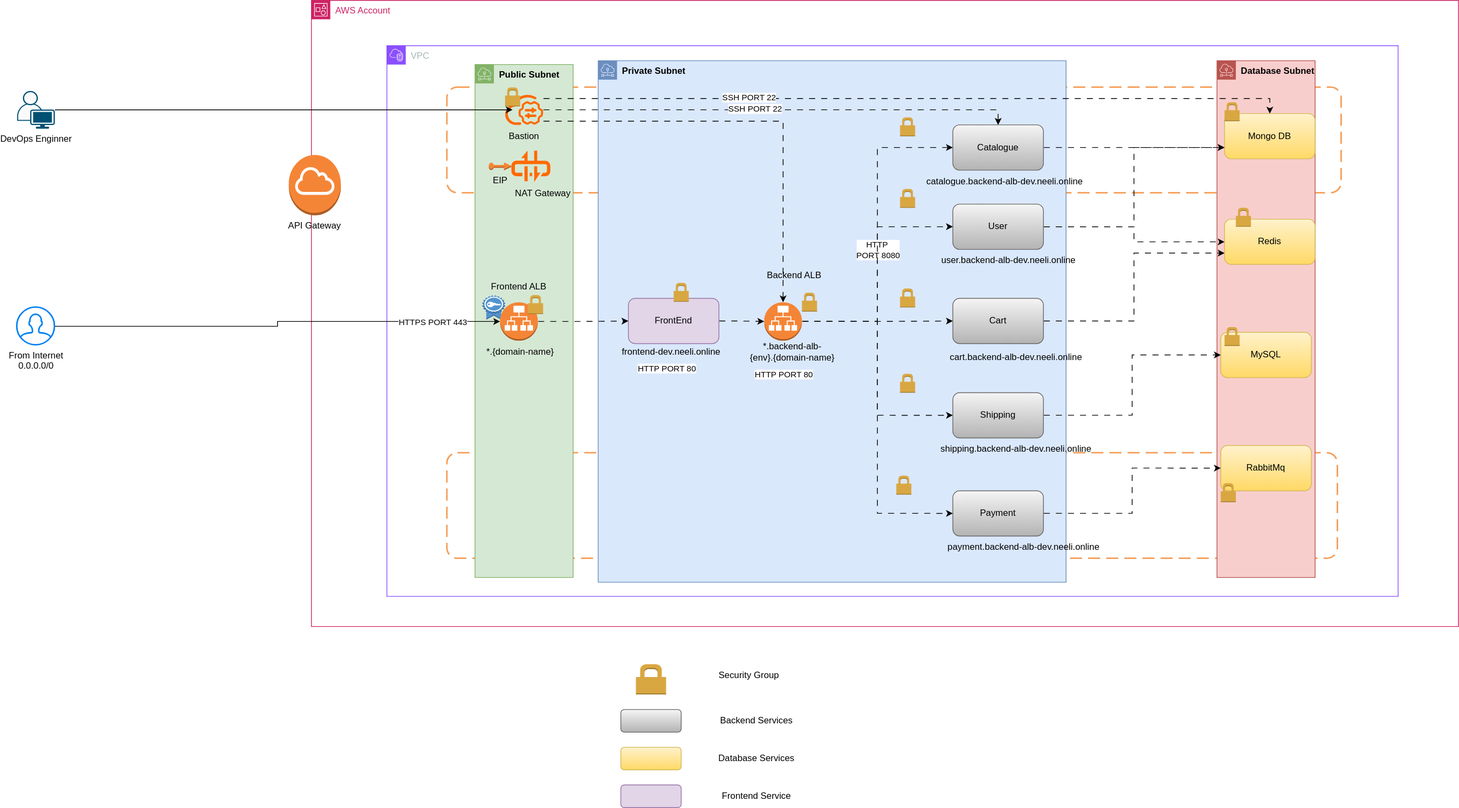
Earlier version of the draw.io export images/roboshop-dev.drawio.svg (maheshbabu22neeli/terraform-application-roboshop-dev). Source tidied: cells renumbered, new cells last; positions are measured from the earlier drawing's top-left corner, leaving out a move shared by most shapes.
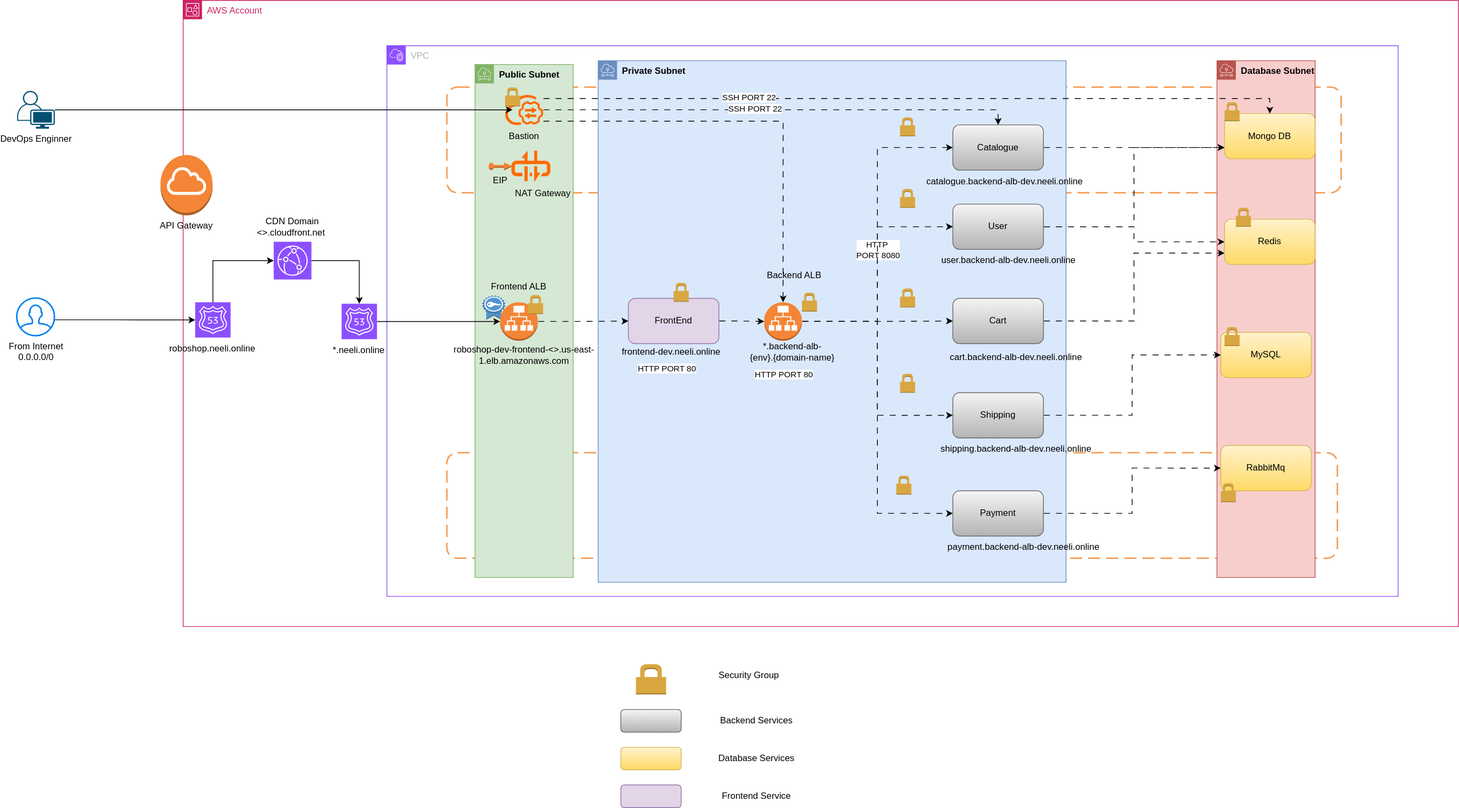
After the change.

Commit message:
Terraform: CloudFront configuration added

What changed in the source:
```diff
@@ -3,11 +3,35 @@
     <mxCell id="0" />
     <mxCell id="1" parent="0" />
     <mxCell id="2" value="AWS Account" style="gradientColor=none;html=1;whiteSpace=wrap;fontSize=12;fontStyle=0;shape=mxgraph.aws4.group;grIcon=mxgraph.aws4.group_account;strokeColor=#CD2264;fillColor=none;verticalAlign=top;align=left;spacingLeft=30;fontColor=#CD2264;dashed=0;" parent="1" vertex="1">
-      <mxGeometry x="390" width="1520" height="830" as="geometry" />
+      <mxGeometry x="220" width="1690" height="830" as="geometry" />
     </mxCell>
     <mxCell id="3" value="API Gateway" style="dashed=0;verticalLabelPosition=bottom;verticalAlign=top;align=center;html=1;shape=mxgraph.aws3.internet_gateway;fillColor=#F58536;gradientColor=none;" parent="2" vertex="1">
       <mxGeometry x="-30" y="205" width="69" height="80" as="geometry" />
     </mxCell>
+    <mxCell id="85" style="sketch=0;points=[[0,0,0],[0.25,0,0],[0.5,0,0],[0.75,0,0],[1,0,0],[0,1,0],[0.25,1,0],[0.5,1,0],[0.75,1,0],[1,1,0],[0,0.25,0],[0,0.5,0],[0,0.75,0],[1,0.25,0],[1,0.5,0],[1,0.75,0]];outlineConnect=0;fontColor=#232F3E;fillColor=#8C4FFF;strokeColor=#ffffff;dashed=0;verticalLabelPosition=bottom;verticalAlign=top;align=center;html=1;fontSize=12;fontStyle=0;shape=mxgraph.aws4.resourceIcon;resIcon=mxgraph.aws4.cloudfront;" parent="2" vertex="1">
+      <mxGeometry x="120" y="320" width="50" height="50" as="geometry" />
+    </mxCell>
+    <mxCell id="86" style="sketch=0;points=[[0,0,0],[0.25,0,0],[0.5,0,0],[0.75,0,0],[1,0,0],[0,1,0],[0.25,1,0],[0.5,1,0],[0.75,1,0],[1,1,0],[0,0.25,0],[0,0.5,0],[0,0.75,0],[1,0.25,0],[1,0.5,0],[1,0.75,0]];outlineConnect=0;fontColor=#232F3E;fillColor=#8C4FFF;strokeColor=#ffffff;dashed=0;verticalLabelPosition=bottom;verticalAlign=top;align=center;html=1;fontSize=12;fontStyle=0;shape=mxgraph.aws4.resourceIcon;resIcon=mxgraph.aws4.route_53;" parent="2" vertex="1">
+      <mxGeometry x="16" y="400.1" width="46.9" height="46.9" as="geometry" />
+    </mxCell>
+    <mxCell id="87" style="sketch=0;points=[[0,0,0],[0.25,0,0],[0.5,0,0],[0.75,0,0],[1,0,0],[0,1,0],[0.25,1,0],[0.5,1,0],[0.75,1,0],[1,1,0],[0,0.25,0],[0,0.5,0],[0,0.75,0],[1,0.25,0],[1,0.5,0],[1,0.75,0]];outlineConnect=0;fontColor=#232F3E;fillColor=#8C4FFF;strokeColor=#ffffff;dashed=0;verticalLabelPosition=bottom;verticalAlign=top;align=center;html=1;fontSize=12;fontStyle=0;shape=mxgraph.aws4.resourceIcon;resIcon=mxgraph.aws4.route_53;" parent="2" vertex="1">
+      <mxGeometry x="210" y="402.2" width="46.9" height="46.9" as="geometry" />
+    </mxCell>
+    <mxCell id="88" value="*.neeli.online" style="text;html=1;whiteSpace=wrap;strokeColor=none;fillColor=none;align=center;verticalAlign=middle;rounded=0;" parent="2" vertex="1">
+      <mxGeometry x="203.4" y="449.1" width="60" height="30" as="geometry" />
+    </mxCell>
+    <mxCell id="89" style="edgeStyle=orthogonalEdgeStyle;rounded=0;jettySize=auto;html=1;entryX=0.5;entryY=0;entryDx=0;entryDy=0;entryPerimeter=0;" parent="2" edge="1" source="85" target="87">
+      <mxGeometry relative="1" as="geometry" />
+    </mxCell>
+    <mxCell id="90" style="edgeStyle=orthogonalEdgeStyle;rounded=0;jettySize=auto;html=1;entryX=0;entryY=0.5;entryDx=0;entryDy=0;entryPerimeter=0;exitX=0.5;exitY=0;exitDx=0;exitDy=0;exitPerimeter=0;" parent="2" edge="1" source="86" target="85">
+      <mxGeometry relative="1" as="geometry" />
+    </mxCell>
+    <mxCell id="91" value="CDN Domain&lt;br&gt;&amp;lt;&amp;gt;.cloudfront.net&amp;nbsp;" style="text;html=1;whiteSpace=wrap;strokeColor=none;fillColor=none;align=center;verticalAlign=middle;rounded=0;" parent="2" vertex="1">
+      <mxGeometry x="70" y="285" width="150" height="30" as="geometry" />
+    </mxCell>
+    <mxCell id="92" value="roboshop.neeli.online" style="text;html=1;whiteSpace=wrap;strokeColor=none;fillColor=none;align=center;verticalAlign=middle;rounded=0;" parent="2" vertex="1">
+      <mxGeometry x="-25.6" y="447" width="130" height="30" as="geometry" />
+    </mxCell>
     <mxCell id="4" value="VPC" style="gradientColor=none;html=1;whiteSpace=wrap;fontSize=12;fontStyle=0;shape=mxgraph.aws4.group;grIcon=mxgraph.aws4.group_vpc2;strokeColor=#8C4FFF;fillColor=none;verticalAlign=top;align=left;spacingLeft=30;fontColor=#AAB7B8;dashed=0;" parent="1" vertex="1">
       <mxGeometry x="490" y="60" width="1340" height="730" as="geometry" />
     </mxCell>
@@ -205,8 +229,11 @@
     <mxCell id="62" value="EIP" style="dashed=0;verticalLabelPosition=bottom;verticalAlign=top;align=center;html=1;shape=mxgraph.aws3.elastic_ip;fillColor=#F58534;gradientColor=none;" parent="1" vertex="1">
       <mxGeometry x="625" y="214.8" width="30" height="10.5" as="geometry" />
     </mxCell>
+    <mxCell id="93" style="edgeStyle=orthogonalEdgeStyle;rounded=0;jettySize=auto;html=1;exitX=0.525;exitY=0.569;exitDx=0;exitDy=0;exitPerimeter=0;" parent="1" edge="1" source="63" target="86">
+      <mxGeometry relative="1" as="geometry" />
+    </mxCell>
     <mxCell id="63" value="From Internet &lt;br&gt;0.0.0.0/0" style="html=1;verticalLabelPosition=bottom;align=center;labelBackgroundColor=#ffffff;verticalAlign=top;strokeWidth=2;strokeColor=#0080F0;shadow=0;dashed=0;shape=mxgraph.ios7.icons.user;" parent="1" vertex="1">
-      <mxGeometry y="407" width="50" height="50" as="geometry" />
+      <mxGeometry y="395" width="50" height="50" as="geometry" />
     </mxCell>
     <mxCell id="64" style="dashed=0;verticalLabelPosition=bottom;verticalAlign=top;align=center;html=1;shape=mxgraph.aws3.certificate;fillColor=#5294CF;gradientColor=none;" parent="1" vertex="1">
       <mxGeometry x="616.6" y="390.8" width="30" height="32.5" as="geometry" />
@@ -217,14 +244,6 @@
     <mxCell id="66" style="dashed=0;html=1;shape=mxgraph.aws3.permissions;fillColor=#D9A741;gradientColor=none;dashed=0;" parent="1" vertex="1">
       <mxGeometry x="677" y="390.8" width="20" height="25" as="geometry" />
     </mxCell>
-    <mxCell id="67" style="edgeStyle=orthogonalEdgeStyle;rounded=0;jettySize=auto;html=1;entryX=0;entryY=0.5;entryDx=0;entryDy=0;entryPerimeter=0;" parent="1" edge="1" source="63" target="65">
-      <mxGeometry relative="1" as="geometry" />
-    </mxCell>
-    <mxCell id="68" value="HTTPS PORT 443" style="edgeLabel;html=1;align=center;verticalAlign=middle;" parent="67" vertex="1">
-      <mxGeometry x="-0.42" y="-4" relative="1" as="geometry">
-        <mxPoint x="327" y="-10" as="offset" />
-      </mxGeometry>
-    </mxCell>
     <mxCell id="69" value="*.backend-alb-&lt;br&gt;{env}.{domain-name&lt;span style=&quot;background-color: transparent; color: light-dark(rgb(0, 0, 0), rgb(255, 255, 255));&quot;&gt;}&lt;/span&gt;" style="text;html=1;whiteSpace=wrap;strokeColor=none;fillColor=none;align=center;verticalAlign=middle;rounded=0;" parent="1" vertex="1">
       <mxGeometry x="950" y="450.5" width="155" height="30" as="geometry" />
     </mxCell>
@@ -263,9 +282,6 @@
         <mxPoint x="-61" y="-92" as="offset" />
       </mxGeometry>
     </mxCell>
-    <mxCell id="81" value="*.{domain-name&lt;span style=&quot;background-color: transparent; color: light-dark(rgb(0, 0, 0), rgb(255, 255, 255));&quot;&gt;}&lt;/span&gt;" style="text;html=1;whiteSpace=wrap;strokeColor=none;fillColor=none;align=center;verticalAlign=middle;rounded=0;" parent="1" vertex="1">
-      <mxGeometry x="601.8" y="450.5" width="130" height="30" as="geometry" />
-    </mxCell>
     <mxCell id="82" value="frontend-dev.neeli.online" style="text;html=1;whiteSpace=wrap;strokeColor=none;fillColor=none;align=center;verticalAlign=middle;rounded=0;" parent="1" vertex="1">
       <mxGeometry x="742.5" y="451.1" width="247.5" height="30" as="geometry" />
     </mxCell>
@@ -279,5 +295,11 @@
     <mxCell id="84" style="dashed=0;html=1;shape=mxgraph.aws3.permissions;fillColor=#D9A741;gradientColor=none;dashed=0;" parent="1" vertex="1">
       <mxGeometry x="1040" y="387.5" width="20" height="25" as="geometry" />
     </mxCell>
+    <mxCell id="94" value="roboshop-dev-frontend-&amp;lt;&amp;gt;.us-east-1.elb.amazonaws.com" style="text;html=1;whiteSpace=wrap;strokeColor=none;fillColor=none;align=center;verticalAlign=middle;rounded=0;" parent="1" vertex="1">
+      <mxGeometry x="556.8" y="455" width="230" height="30" as="geometry" />
+    </mxCell>
+    <mxCell id="95" style="edgeStyle=orthogonalEdgeStyle;rounded=0;jettySize=auto;html=1;entryX=0;entryY=0.5;entryDx=0;entryDy=0;entryPerimeter=0;" parent="1" edge="1" source="87" target="65">
+      <mxGeometry relative="1" as="geometry" />
+    </mxCell>
   </root>
 </mxGraphModel>
```
